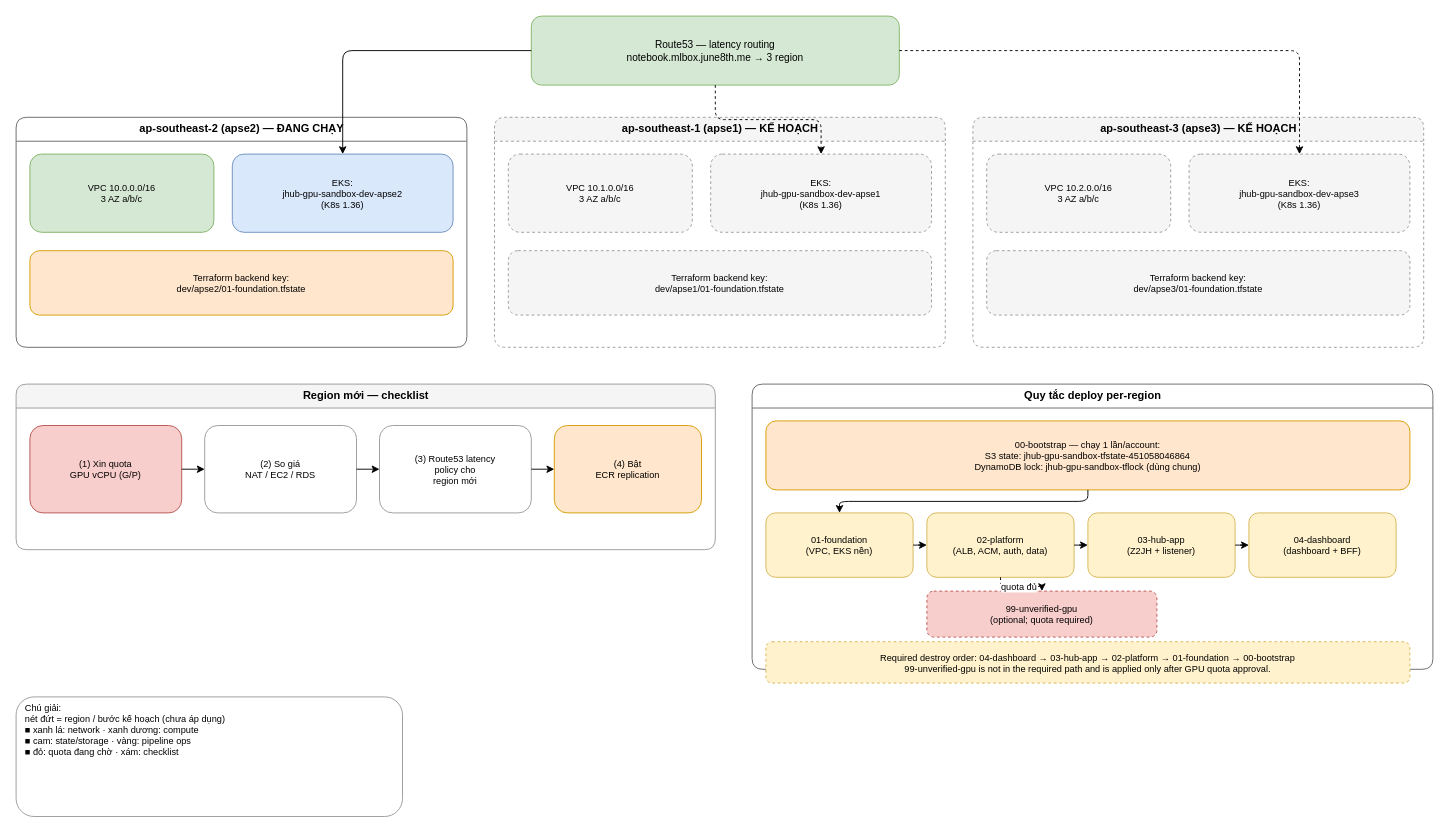
Before: page "6. Multi-Region" (6 of 6) of docs/architecture.drawio in im-yuuki/ml-box-aws, a draw.io diagram. Source tidied: cells renumbered, new cells numbered last; positions are measured from the earlier drawing's top-left corner, leaving out a move shared by most shapes. Both pictures are drawn from the tidied source at 92%, with x=0, y=0 at pixel (16, 16).
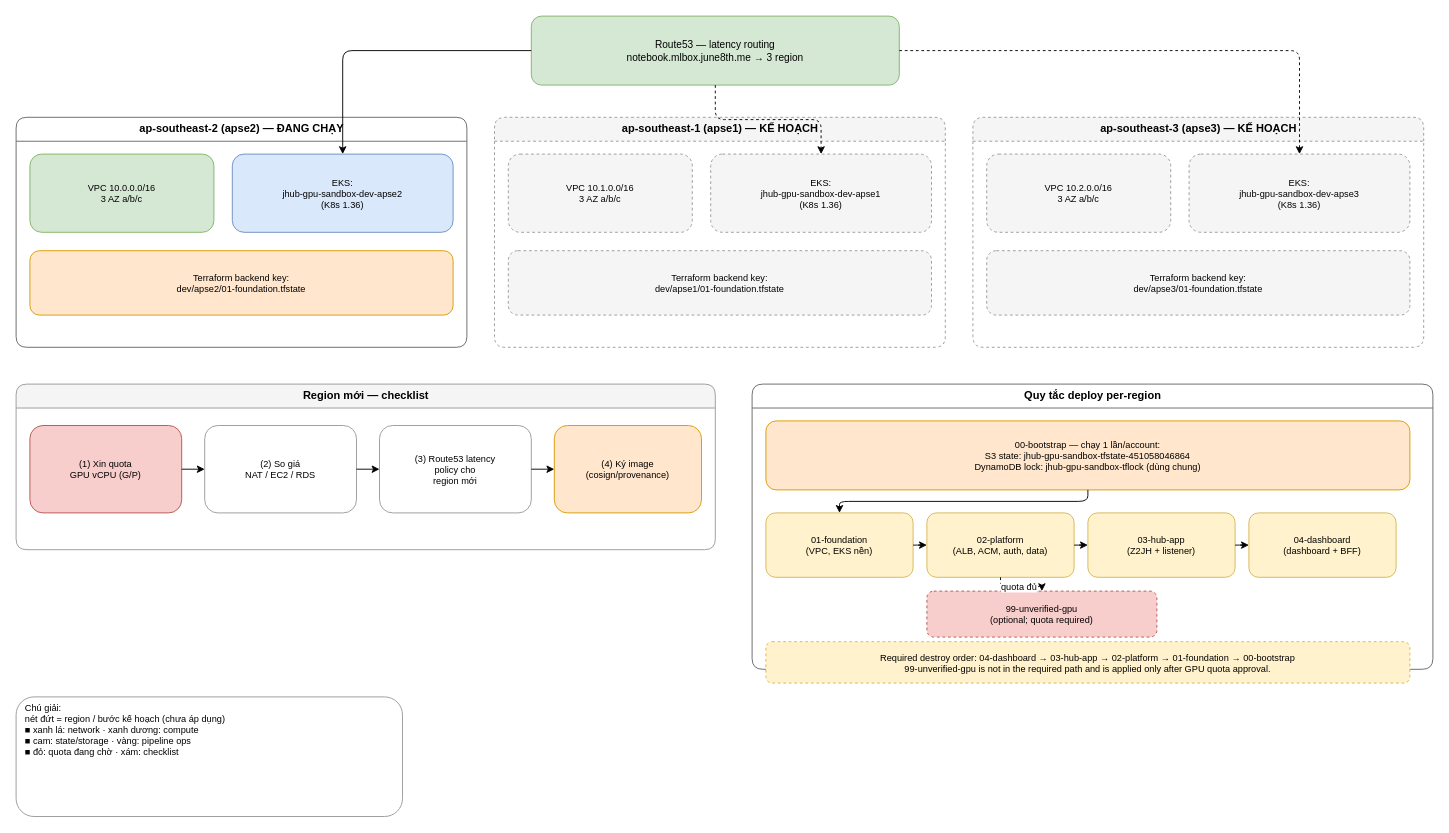
Above is the later version.

The change refers to these unchanged cells:
```xml
<mxCell id="15" value="Region mới — checklist" style="swimlane;html=1;startSize=26;fontSize=12;fillColor=#F5F5F5;strokeColor=#999999;rounded=1;" parent="1" vertex="1">
  <mxGeometry y="400" width="760" height="180" as="geometry" />
</mxCell>
```

Diff of the diagram source:
```diff
@@
-    <mxCell id="19" value="(4) Bật&lt;br&gt;ECR replication" style="rounded=1;html=1;whiteSpace=wrap;fillColor=#FFE6CC;strokeColor=#D79B00;fontSize=10;" parent="15" vertex="1">
+    <mxCell id="19" value="(4) Ký image&lt;br&gt;(cosign/provenance)" style="rounded=1;html=1;whiteSpace=wrap;fillColor=#FFE6CC;strokeColor=#D79B00;fontSize=10;" parent="15" vertex="1">
       <mxGeometry x="585" y="45" width="160" height="95" as="geometry" />
     </mxCell>
```
